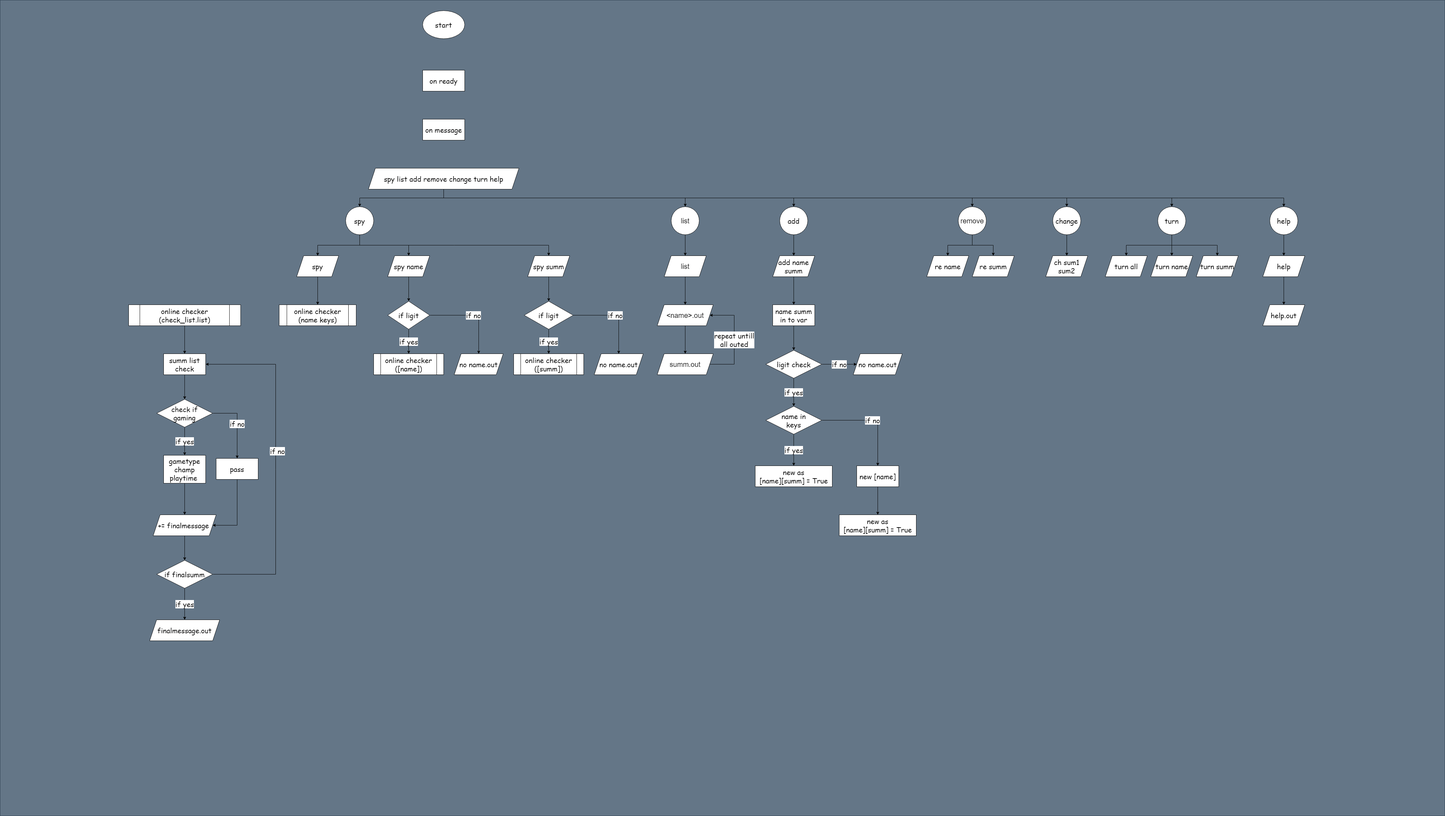
Above: Project/Discord_Bot_LOL_online_checker/flowchart.png in KimbobHeaven/STUDY (draw.io), before the change. Source tidied: cells renumbered, new cells last; positions are measured from the earlier drawing's top-left corner, leaving out a move shared by most shapes.
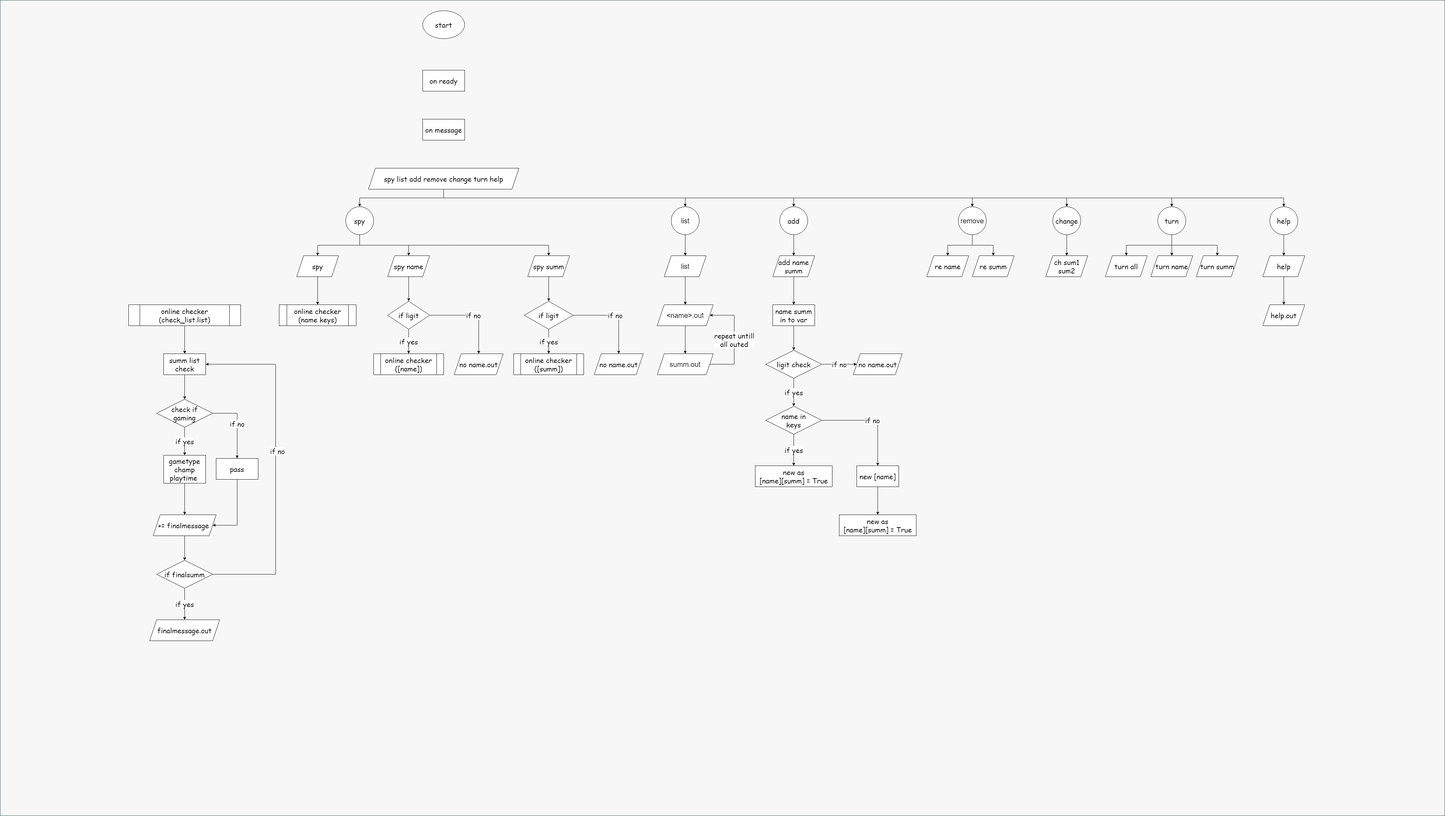
After the change.

Change to the diagram source:
```diff
@@ -2,7 +2,7 @@
   <root>
     <mxCell id="0" />
     <mxCell id="1" parent="0" />
-    <mxCell id="2" style="rounded=0;whiteSpace=wrap;html=1;labelBackgroundColor=none;fontFamily=Comic Sans MS;fontSize=20;strokeColor=#314354;shadow=0;glass=0;fillColor=#647687;fontColor=#ffffff;" parent="1" vertex="1">
+    <mxCell id="2" style="rounded=0;whiteSpace=wrap;html=1;labelBackgroundColor=none;fontFamily=Comic Sans MS;fontSize=20;strokeColor=#314354;shadow=0;glass=0;fontColor=#ffffff;fillColor=#F7F7F7;" parent="1" vertex="1">
       <mxGeometry width="4127" height="2330" as="geometry" />
     </mxCell>
     <mxCell id="3" value="&lt;font style=&quot;font-size: 20px;&quot;&gt;start&lt;/font&gt;" style="ellipse;whiteSpace=wrap;html=1;fontSize=20;fontFamily=Comic Sans MS;fontStyle=0;labelBackgroundColor=none;" parent="1" vertex="1">
```
